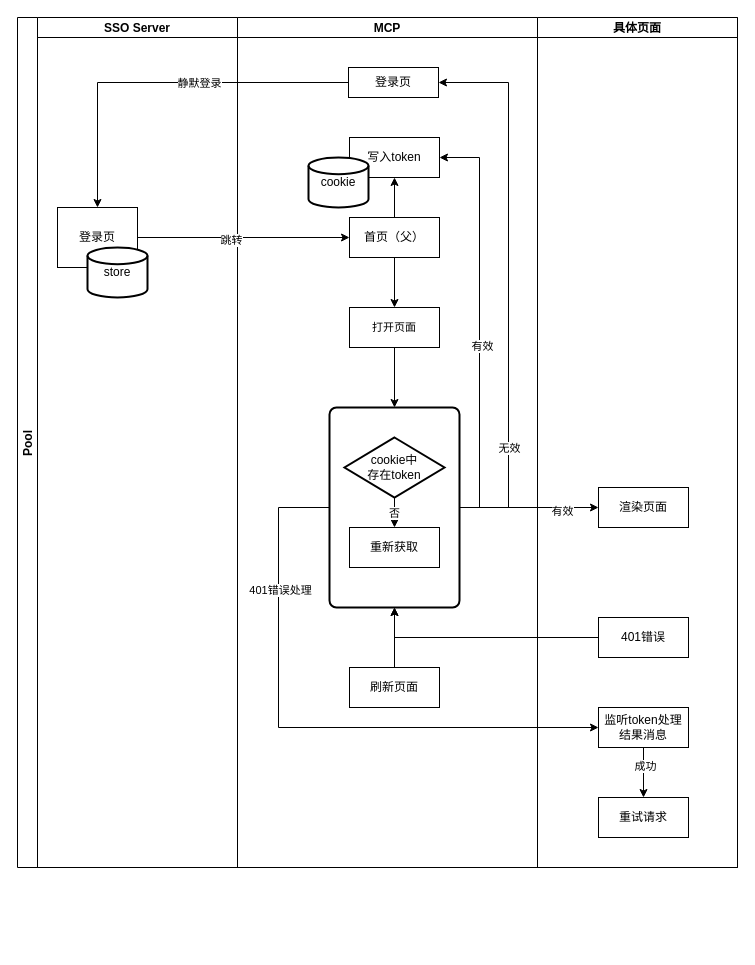
Above: oidc访问令牌流程.drawio in stonefromsky/workflowchart (draw.io), before the change. Source tidied: cells renumbered, new cells numbered last; positions are measured from the earlier drawing's top-left corner, leaving out a move shared by most shapes. Both pictures are drawn from the tidied source at 100%, with x=0, y=0 at pixel (17, 17).
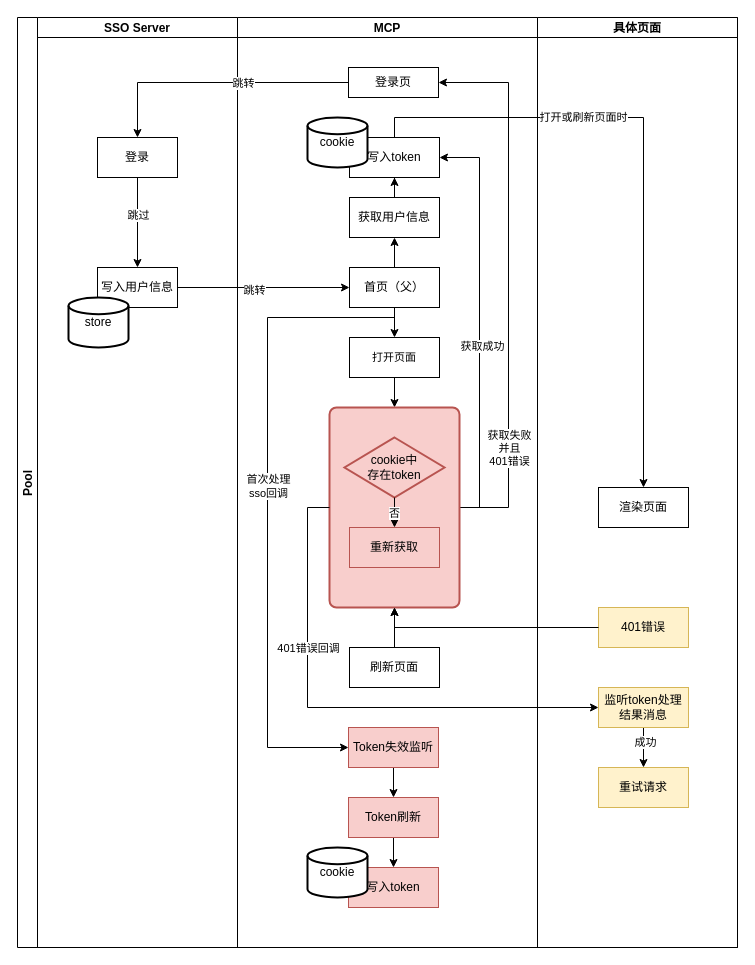
The same page after the edit.

Commit message:
更新oidc访问令牌流程.drawio

Unchanged cells that the change refers to:
```xml
<mxCell id="13" value="写入token" style="rounded=0;whiteSpace=wrap;html=1;" parent="6" vertex="1">
  <mxGeometry x="112" y="120" width="90" height="40" as="geometry" />
</mxCell>
<mxCell id="15" style="edgeStyle=orthogonalEdgeStyle;rounded=0;jettySize=auto;html=1;entryX=1;entryY=0.5;entryDx=0;entryDy=0;exitX=1;exitY=0.5;exitDx=0;exitDy=0;" parent="6" edge="1" source="19" target="7">
  <mxGeometry relative="1" as="geometry">
    <Array as="points">
      <mxPoint x="271" y="490" />
      <mxPoint x="271" y="65" />
    </Array>
  </mxGeometry>
</mxCell>
<mxCell id="17" style="edgeStyle=orthogonalEdgeStyle;rounded=0;jettySize=auto;html=1;entryX=1;entryY=0.5;entryDx=0;entryDy=0;exitX=1;exitY=0.5;exitDx=0;exitDy=0;" parent="6" edge="1" source="19" target="13">
  <mxGeometry relative="1" as="geometry" />
</mxCell>
<mxCell id="27" value="渲染页面" style="rounded=0;whiteSpace=wrap;html=1;" parent="26" vertex="1">
  <mxGeometry x="61" y="470" width="90" height="40" as="geometry" />
</mxCell>
<mxCell id="33" style="edgeStyle=orthogonalEdgeStyle;rounded=0;jettySize=auto;html=1;entryX=0.5;entryY=0;entryDx=0;entryDy=0;" parent="2" edge="1" source="7" target="4">
  <mxGeometry relative="1" as="geometry" />
</mxCell>
```

What changed in the source:
```diff
@@
     <mxCell id="2" value="Pool" style="swimlane;startSize=20;horizontal=0;" parent="1" vertex="1">
-      <mxGeometry width="720" height="850" as="geometry" />
+      <mxGeometry width="720" height="930" as="geometry" />
     </mxCell>
     <mxCell id="3" value="SSO Server" style="swimlane;startSize=20;" parent="2" vertex="1">
-      <mxGeometry x="20" width="200" height="850" as="geometry" />
+      <mxGeometry x="20" width="200" height="930" as="geometry" />
     </mxCell>
+    <mxCell id="42" style="edgeStyle=orthogonalEdgeStyle;rounded=0;jettySize=auto;html=1;entryX=0.5;entryY=0;entryDx=0;entryDy=0;" parent="3" edge="1" source="4" target="44">
+      <mxGeometry relative="1" as="geometry" />
+    </mxCell>
+    <mxCell id="43" value="跳过" style="edgeLabel;html=1;align=center;verticalAlign=middle;" parent="42" vertex="1">
+      <mxGeometry x="-0.18" relative="1" as="geometry" />
+    </mxCell>
-    <mxCell id="4" value="登录页" style="rounded=0;whiteSpace=wrap;html=1;" parent="3" vertex="1">
-      <mxGeometry x="20" y="190" width="80" height="60" as="geometry" />
+    <mxCell id="4" value="登录" style="rounded=0;whiteSpace=wrap;html=1;" parent="3" vertex="1">
+      <mxGeometry x="60" y="120" width="80" height="40" as="geometry" />
     </mxCell>
+    <mxCell id="44" value="写入用户信息" style="rounded=0;whiteSpace=wrap;html=1;" parent="3" vertex="1">
+      <mxGeometry x="60" y="250" width="80" height="40" as="geometry" />
+    </mxCell>
     <mxCell id="5" value="store" style="strokeWidth=2;html=1;shape=mxgraph.flowchart.database;whiteSpace=wrap;" parent="3" vertex="1">
-      <mxGeometry x="50" y="230" width="60" height="50" as="geometry" />
+      <mxGeometry x="31" y="280" width="60" height="50" as="geometry" />
     </mxCell>
     <mxCell id="6" value="MCP" style="swimlane;startSize=20;" parent="2" vertex="1">
-      <mxGeometry x="220" width="300" height="850" as="geometry" />
+      <mxGeometry x="220" width="300" height="930" as="geometry" />
     </mxCell>
@@
-    <mxCell id="9" style="edgeStyle=orthogonalEdgeStyle;rounded=0;jettySize=auto;html=1;entryX=0.5;entryY=1;entryDx=0;entryDy=0;" parent="6" edge="1" source="10" target="13">
+    <mxCell id="9" style="edgeStyle=orthogonalEdgeStyle;rounded=0;jettySize=auto;html=1;entryX=0.5;entryY=1;entryDx=0;entryDy=0;" parent="6" edge="1" source="10" target="49">
       <mxGeometry relative="1" as="geometry" />
     </mxCell>
     <mxCell id="10" value="首页（父）" style="rounded=0;whiteSpace=wrap;html=1;" parent="6" vertex="1">
-      <mxGeometry x="112" y="200" width="90" height="40" as="geometry" />
+      <mxGeometry x="112" y="250" width="90" height="40" as="geometry" />
     </mxCell>
@@
     <mxCell id="12" value="&lt;span style=&quot;font-size: 11px; text-wrap-mode: nowrap; background-color: rgb(255, 255, 255);&quot;&gt;打开页面&lt;/span&gt;" style="rounded=0;whiteSpace=wrap;html=1;" parent="6" vertex="1">
-      <mxGeometry x="112" y="290" width="90" height="40" as="geometry" />
+      <mxGeometry x="112" y="320" width="90" height="40" as="geometry" />
     </mxCell>
+    <mxCell id="45" style="edgeStyle=orthogonalEdgeStyle;rounded=0;jettySize=auto;html=1;entryX=0;entryY=0.5;entryDx=0;entryDy=0;exitX=0.5;exitY=1;exitDx=0;exitDy=0;" parent="6" edge="1" source="10" target="24">
+      <mxGeometry relative="1" as="geometry">
+        <Array as="points">
+          <mxPoint x="157" y="300" />
+          <mxPoint x="30" y="300" />
+          <mxPoint x="30" y="730" />
+        </Array>
+      </mxGeometry>
+    </mxCell>
+    <mxCell id="46" value="&lt;div&gt;首次处理&lt;/div&gt;sso回调" style="edgeLabel;html=1;align=center;verticalAlign=middle;" parent="45" vertex="1">
+      <mxGeometry x="-0.06" relative="1" as="geometry" />
+    </mxCell>
@@
     <mxCell id="14" value="cookie" style="strokeWidth=2;html=1;shape=mxgraph.flowchart.database;whiteSpace=wrap;" parent="6" vertex="1">
-      <mxGeometry x="71" y="140" width="60" height="50" as="geometry" />
+      <mxGeometry x="70" y="100" width="60" height="50" as="geometry" />
     </mxCell>
@@
-    <mxCell id="16" value="无效" style="edgeLabel;html=1;align=center;verticalAlign=middle;" parent="15" vertex="1">
+    <mxCell id="16" value="获取失败&lt;div&gt;并且&lt;br&gt;401错误&lt;/div&gt;" style="edgeLabel;html=1;align=center;verticalAlign=middle;" parent="15" vertex="1">
       <mxGeometry x="-0.6" relative="1" as="geometry" />
     </mxCell>
@@
-    <mxCell id="18" value="有效" style="edgeLabel;html=1;align=center;verticalAlign=middle;" parent="17" vertex="1">
+    <mxCell id="18" value="获取成功" style="edgeLabel;html=1;align=center;verticalAlign=middle;" parent="17" vertex="1">
       <mxGeometry x="-0.11" y="-2" relative="1" as="geometry" />
     </mxCell>
-    <mxCell id="19" style="rounded=1;whiteSpace=wrap;html=1;absoluteArcSize=1;arcSize=14;strokeWidth=2;" parent="6" vertex="1">
+    <mxCell id="19" style="rounded=1;whiteSpace=wrap;html=1;absoluteArcSize=1;arcSize=14;strokeWidth=2;align=left;fillColor=#f8cecc;strokeColor=#b85450;" parent="6" vertex="1">
       <mxGeometry x="92" y="390" width="130" height="200" as="geometry" />
     </mxCell>
-    <mxCell id="20" value="cookie中&lt;br&gt;存在token" style="strokeWidth=2;html=1;shape=mxgraph.flowchart.decision;whiteSpace=wrap;" parent="6" vertex="1">
+    <mxCell id="20" value="cookie中&lt;br&gt;存在token" style="strokeWidth=2;html=1;shape=mxgraph.flowchart.decision;whiteSpace=wrap;fillColor=#f8cecc;strokeColor=#b85450;" parent="6" vertex="1">
       <mxGeometry x="107" y="420" width="100" height="60" as="geometry" />
     </mxCell>
@@
-    <mxCell id="23" value="重新获取" style="rounded=0;whiteSpace=wrap;html=1;" parent="6" vertex="1">
+    <mxCell id="23" value="重新获取" style="rounded=0;whiteSpace=wrap;html=1;fillColor=#f8cecc;strokeColor=#b85450;" parent="6" vertex="1">
       <mxGeometry x="112" y="510" width="90" height="40" as="geometry" />
     </mxCell>
+    <mxCell id="47" style="edgeStyle=orthogonalEdgeStyle;rounded=0;jettySize=auto;html=1;entryX=0.5;entryY=0;entryDx=0;entryDy=0;" parent="6" edge="1" source="24" target="53">
+      <mxGeometry relative="1" as="geometry" />
+    </mxCell>
-    <mxCell id="24" value="刷新页面" style="rounded=0;whiteSpace=wrap;html=1;" parent="6" vertex="1">
-      <mxGeometry x="112" y="650" width="90" height="40" as="geometry" />
+    <mxCell id="24" value="Token失效监听" style="rounded=0;whiteSpace=wrap;html=1;fillColor=#f8cecc;strokeColor=#b85450;" parent="6" vertex="1">
+      <mxGeometry x="111" y="710" width="90" height="40" as="geometry" />
     </mxCell>
-    <mxCell id="25" style="edgeStyle=orthogonalEdgeStyle;rounded=0;jettySize=auto;html=1;entryX=0.5;entryY=1;entryDx=0;entryDy=0;" parent="6" edge="1" source="24" target="19">
-      <mxGeometry relative="1" as="geometry" />
-    </mxCell>
+    <mxCell id="48" style="edgeStyle=orthogonalEdgeStyle;rounded=0;jettySize=auto;html=1;entryX=0.5;entryY=1;entryDx=0;entryDy=0;" parent="6" edge="1" source="49" target="13">
+      <mxGeometry relative="1" as="geometry" />
+    </mxCell>
+    <mxCell id="49" value="获取用户信息" style="rounded=0;whiteSpace=wrap;html=1;" parent="6" vertex="1">
+      <mxGeometry x="112" y="180" width="90" height="40" as="geometry" />
+    </mxCell>
+    <mxCell id="50" style="edgeStyle=orthogonalEdgeStyle;rounded=0;jettySize=auto;html=1;entryX=0.5;entryY=1;entryDx=0;entryDy=0;" parent="6" edge="1" source="51" target="19">
+      <mxGeometry relative="1" as="geometry" />
+    </mxCell>
+    <mxCell id="51" value="刷新页面" style="rounded=0;whiteSpace=wrap;html=1;" parent="6" vertex="1">
+      <mxGeometry x="112" y="630" width="90" height="40" as="geometry" />
+    </mxCell>
+    <mxCell id="52" style="edgeStyle=orthogonalEdgeStyle;rounded=0;jettySize=auto;html=1;" parent="6" edge="1" source="53" target="54">
+      <mxGeometry relative="1" as="geometry" />
+    </mxCell>
+    <mxCell id="53" value="Token刷新" style="rounded=0;whiteSpace=wrap;html=1;fillColor=#f8cecc;strokeColor=#b85450;" parent="6" vertex="1">
+      <mxGeometry x="111" y="780" width="90" height="40" as="geometry" />
+    </mxCell>
+    <mxCell id="54" value="写入token" style="rounded=0;whiteSpace=wrap;html=1;fillColor=#f8cecc;strokeColor=#b85450;" parent="6" vertex="1">
+      <mxGeometry x="111" y="850" width="90" height="40" as="geometry" />
+    </mxCell>
+    <mxCell id="55" value="cookie" style="strokeWidth=2;html=1;shape=mxgraph.flowchart.database;whiteSpace=wrap;" parent="6" vertex="1">
+      <mxGeometry x="70" y="830" width="60" height="50" as="geometry" />
+    </mxCell>
     <mxCell id="26" value="具体页面" style="swimlane;startSize=20;" parent="2" vertex="1">
-      <mxGeometry x="520" width="200" height="850" as="geometry" />
+      <mxGeometry x="520" width="200" height="930" as="geometry" />
     </mxCell>
@@
-    <mxCell id="28" value="401错误" style="rounded=0;whiteSpace=wrap;html=1;" parent="26" vertex="1">
-      <mxGeometry x="61" y="600" width="90" height="40" as="geometry" />
+    <mxCell id="28" value="401错误" style="rounded=0;whiteSpace=wrap;html=1;fillColor=#fff2cc;strokeColor=#d6b656;" parent="26" vertex="1">
+      <mxGeometry x="61" y="590" width="90" height="40" as="geometry" />
     </mxCell>
@@
-    <mxCell id="31" value="监听token处理结果消息" style="rounded=0;whiteSpace=wrap;html=1;" parent="26" vertex="1">
-      <mxGeometry x="61" y="690" width="90" height="40" as="geometry" />
+    <mxCell id="31" value="监听token处理结果消息" style="rounded=0;whiteSpace=wrap;html=1;fillColor=#fff2cc;strokeColor=#d6b656;" parent="26" vertex="1">
+      <mxGeometry x="61" y="670" width="90" height="40" as="geometry" />
     </mxCell>
-    <mxCell id="32" value="重试请求" style="rounded=0;whiteSpace=wrap;html=1;" parent="26" vertex="1">
-      <mxGeometry x="61" y="780" width="90" height="40" as="geometry" />
+    <mxCell id="32" value="重试请求" style="rounded=0;whiteSpace=wrap;html=1;fillColor=#fff2cc;strokeColor=#d6b656;" parent="26" vertex="1">
+      <mxGeometry x="61" y="750" width="90" height="40" as="geometry" />
     </mxCell>
@@
-    <mxCell id="34" value="静默登录" style="edgeLabel;html=1;align=center;verticalAlign=middle;" parent="33" vertex="1">
+    <mxCell id="34" value="跳转" style="edgeLabel;html=1;align=center;verticalAlign=middle;" parent="33" vertex="1">
       <mxGeometry x="-0.2" relative="1" as="geometry" />
     </mxCell>
-    <mxCell id="35" style="edgeStyle=orthogonalEdgeStyle;rounded=0;jettySize=auto;html=1;entryX=0;entryY=0.5;entryDx=0;entryDy=0;" parent="2" edge="1" source="4" target="10">
+    <mxCell id="35" style="edgeStyle=orthogonalEdgeStyle;rounded=0;jettySize=auto;html=1;entryX=0;entryY=0.5;entryDx=0;entryDy=0;exitX=1;exitY=0.5;exitDx=0;exitDy=0;" parent="2" edge="1" source="44" target="10">
       <mxGeometry relative="1" as="geometry" />
     </mxCell>
@@
-    <mxCell id="37" style="edgeStyle=orthogonalEdgeStyle;rounded=0;jettySize=auto;html=1;entryX=0;entryY=0.5;entryDx=0;entryDy=0;" parent="2" edge="1" source="19" target="27">
-      <mxGeometry relative="1" as="geometry" />
-    </mxCell>
-    <mxCell id="38" value="有效" style="edgeLabel;html=1;align=center;verticalAlign=middle;" parent="37" vertex="1">
-      <mxGeometry x="0.47" y="-3" relative="1" as="geometry" />
-    </mxCell>
@@
     <mxCell id="40" style="edgeStyle=orthogonalEdgeStyle;rounded=0;jettySize=auto;html=1;entryX=0;entryY=0.5;entryDx=0;entryDy=0;exitX=0;exitY=0.5;exitDx=0;exitDy=0;" parent="2" edge="1" source="19" target="31">
       <mxGeometry relative="1" as="geometry">
         <Array as="points">
-          <mxPoint x="261" y="490" />
-          <mxPoint x="261" y="710" />
+          <mxPoint x="290" y="490" />
+          <mxPoint x="290" y="690" />
         </Array>
       </mxGeometry>
     </mxCell>
-    <mxCell id="41" value="401错误处理" style="edgeLabel;html=1;align=center;verticalAlign=middle;" parent="40" vertex="1">
-      <mxGeometry x="-0.55" y="1" relative="1" as="geometry" />
-    </mxCell>
+    <mxCell id="56" value="401错误回调" style="edgeLabel;html=1;align=center;verticalAlign=middle;" parent="40" vertex="1">
+      <mxGeometry x="-0.37" relative="1" as="geometry" />
+    </mxCell>
+    <mxCell id="57" style="edgeStyle=orthogonalEdgeStyle;rounded=0;jettySize=auto;html=1;entryX=0.5;entryY=0;entryDx=0;entryDy=0;exitX=0.5;exitY=0;exitDx=0;exitDy=0;" parent="2" edge="1" source="13" target="27">
+      <mxGeometry relative="1" as="geometry" />
+    </mxCell>
+    <mxCell id="58" value="打开或刷新页面时" style="edgeLabel;html=1;align=center;verticalAlign=middle;" parent="57" vertex="1">
+      <mxGeometry x="-0.35" relative="1" as="geometry">
+        <mxPoint y="-1" as="offset" />
+      </mxGeometry>
+    </mxCell>
```
